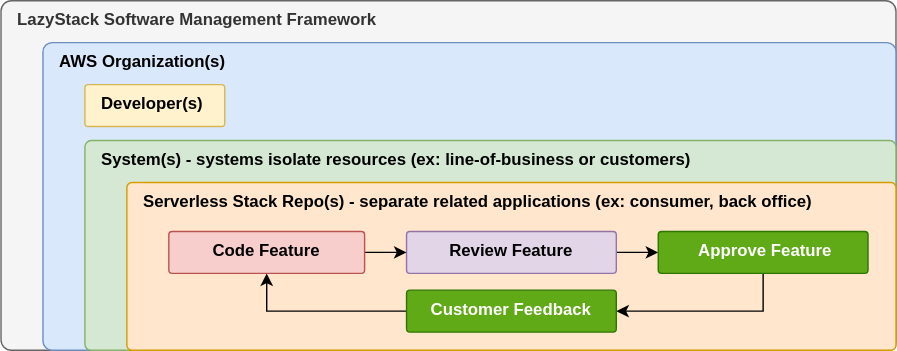
InSciCo/InSciCo keeps this draw.io diagram as docs/assets/img/LazyStackSMFSetup10.svg. Above is the earlier version. Source tidied: cells renumbered, new cells last; positions are measured from the earlier drawing's top-left corner, leaving out a move shared by most shapes.
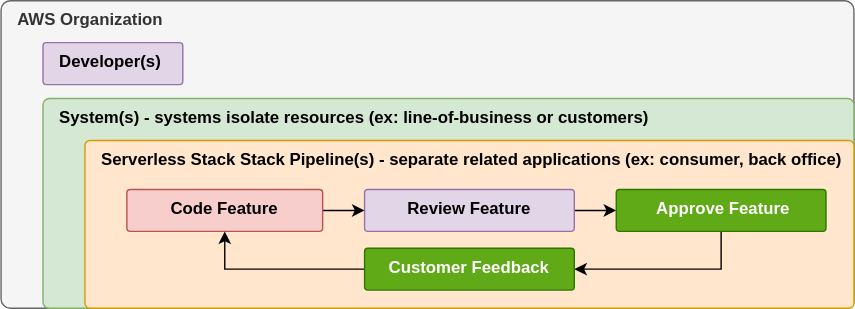
After the commit.

What changed in the source:
```diff
@@ -2,26 +2,23 @@
   <root>
     <mxCell id="0" />
     <mxCell id="1" parent="0" />
-    <mxCell id="2" value="&lt;b&gt;LazyStack Software Management Framework&lt;/b&gt;" style="rounded=1;whiteSpace=wrap;html=1;verticalAlign=top;arcSize=3;fillColor=#f5f5f5;strokeColor=#666666;fontColor=#333333;align=left;spacingLeft=10;" parent="1" vertex="1">
-      <mxGeometry width="640" height="250" as="geometry" />
-    </mxCell>
-    <mxCell id="3" value="&lt;b&gt;AWS Organization(s)&lt;/b&gt;" style="rounded=1;whiteSpace=wrap;html=1;arcSize=3;verticalAlign=top;fillColor=#dae8fc;strokeColor=#6c8ebf;align=left;spacingLeft=10;" parent="1" vertex="1">
+    <mxCell id="3" value="&lt;b&gt;AWS Organization&lt;/b&gt;" style="rounded=1;whiteSpace=wrap;html=1;arcSize=3;verticalAlign=top;fillColor=#f5f5f5;strokeColor=#666666;align=left;spacingLeft=10;fontColor=#333333;" parent="1" vertex="1">
       <mxGeometry x="30" y="30" width="610" height="220" as="geometry" />
     </mxCell>
     <mxCell id="4" value="&lt;b&gt;System(s) - systems isolate resources (ex: line-of-business or customers)&lt;/b&gt;" style="rounded=1;whiteSpace=wrap;html=1;verticalAlign=top;arcSize=3;fillColor=#d5e8d4;strokeColor=#82b366;align=left;spacingLeft=10;" parent="1" vertex="1">
       <mxGeometry x="60" y="100" width="580" height="150" as="geometry" />
     </mxCell>
-    <mxCell id="5" value="&lt;b&gt;Serverless Stack Repo(s) - separate related applications (ex: consumer, back office)&lt;/b&gt;" style="rounded=1;whiteSpace=wrap;html=1;verticalAlign=top;arcSize=3;fillColor=#ffe6cc;strokeColor=#d79b00;align=left;spacingLeft=10;" parent="1" vertex="1">
+    <mxCell id="5" value="&lt;b&gt;Serverless Stack Stack Pipeline(s) - separate related applications (ex: consumer, back office)&lt;/b&gt;" style="rounded=1;whiteSpace=wrap;html=1;verticalAlign=top;arcSize=3;fillColor=#ffe6cc;strokeColor=#d79b00;align=left;spacingLeft=10;" parent="1" vertex="1">
       <mxGeometry x="90" y="130" width="550" height="120" as="geometry" />
     </mxCell>
     <mxCell id="6" style="edgeStyle=orthogonalEdgeStyle;rounded=0;jettySize=auto;html=1;exitX=1;exitY=0.5;exitDx=0;exitDy=0;entryX=0;entryY=0.5;entryDx=0;entryDy=0;" parent="1" edge="1" source="7" target="11">
-      <mxGeometry x="-60" y="130" as="geometry" />
+      <mxGeometry x="-90" y="100" as="geometry" />
     </mxCell>
     <mxCell id="7" value="&lt;b&gt;Review Feature&lt;/b&gt;" style="rounded=1;whiteSpace=wrap;html=1;verticalAlign=top;arcSize=8;fillColor=#e1d5e7;strokeColor=#9673a6;" parent="1" vertex="1">
       <mxGeometry x="290" y="165" width="150" height="30" as="geometry" />
     </mxCell>
     <mxCell id="8" style="edgeStyle=orthogonalEdgeStyle;rounded=0;jettySize=auto;html=1;" parent="1" edge="1" source="9" target="7">
-      <mxGeometry x="-60" y="130" as="geometry" />
+      <mxGeometry x="-90" y="100" as="geometry" />
     </mxCell>
     <mxCell id="9" value="&lt;b&gt;Code Feature&lt;/b&gt;" style="rounded=1;whiteSpace=wrap;html=1;verticalAlign=top;arcSize=8;fillColor=#f8cecc;strokeColor=#b85450;" parent="1" vertex="1">
       <mxGeometry x="120" y="165" width="140" height="30" as="geometry" />
@@ -35,7 +32,7 @@
     <mxCell id="12" style="group;" parent="1" vertex="1">
       <mxGeometry x="490" y="207" width="120" height="21" as="geometry" />
     </mxCell>
-    <mxCell id="13" value="&lt;b&gt;Developer(s)&lt;br&gt;&lt;/b&gt;" style="rounded=1;whiteSpace=wrap;html=1;verticalAlign=top;arcSize=8;fillColor=#fff2cc;strokeColor=#d6b656;align=left;spacingLeft=10;" parent="1" vertex="1">
+    <mxCell id="13" value="&lt;b&gt;Developer(s)&lt;br&gt;&lt;/b&gt;" style="rounded=1;whiteSpace=wrap;html=1;verticalAlign=top;arcSize=8;fillColor=#e1d5e7;strokeColor=#9673a6;align=left;spacingLeft=10;" parent="1" vertex="1">
       <mxGeometry x="60" y="60" width="100" height="30" as="geometry" />
     </mxCell>
     <mxCell id="14" style="edgeStyle=orthogonalEdgeStyle;rounded=0;jettySize=auto;html=1;exitX=0;exitY=0.5;exitDx=0;exitDy=0;entryX=0.5;entryY=1;entryDx=0;entryDy=0;" parent="1" edge="1" source="15" target="9">
```
